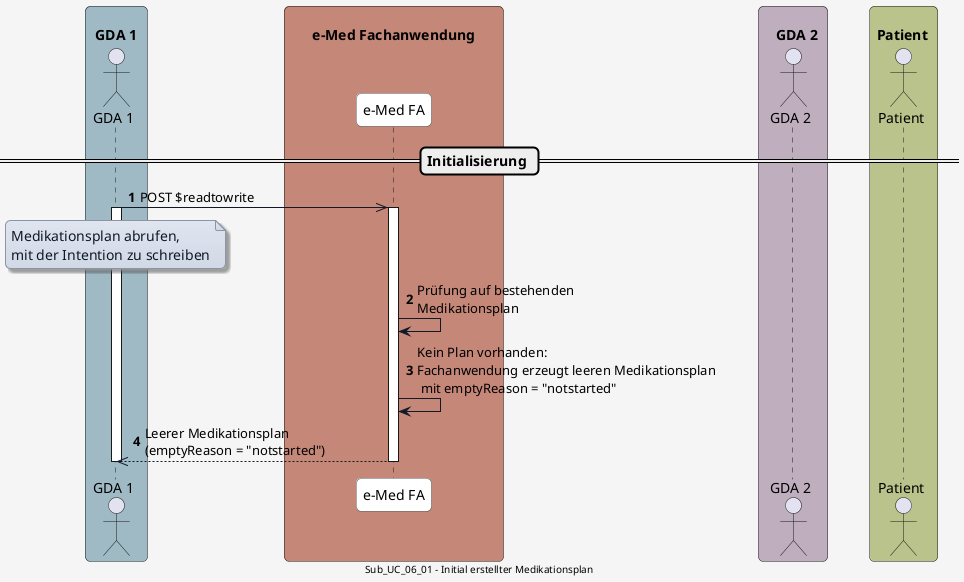
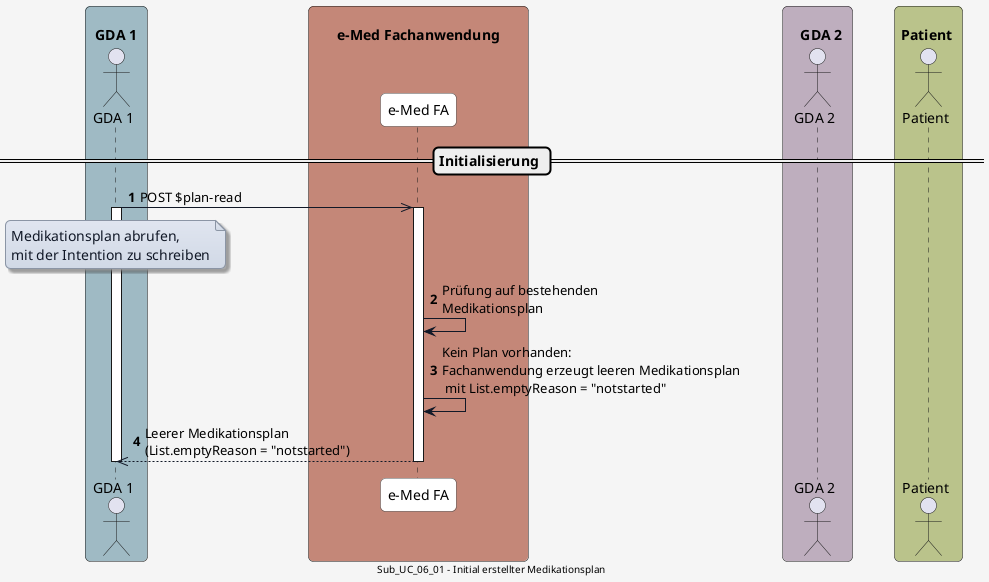
@startuml
skinparam borderColor #000000
skinparam backgroundColor #f5f5f5
skinparam shadowing false
skinparam roundCorner 10
skinparam defaultFontName "Arial"
skinparam defaultFontSize 14
skinparam defaultFontColor #000000

skinparam note {
  BackgroundColor #e0e5f0-#d1d9e6
  BorderColor #8b95a5
  BorderThickness 1
  RoundCorner 8
  Padding 6
  FontColor #111827
  Shadowing true
}

skinparam HyperlinkColor #0000EE
skinparam HyperlinkUnderline false

skinparam sequence {
  ParticipantBorderColor #555555
  ParticipantBackgroundColor #ffffff
  ParticipantFontColor #000000
  ParticipantFontSize 14
  ParticipantPadding 20
  ArrowColor #111827
  ArrowThickness 1
  ArrowFontColor #000000
  ArrowFontSize 13
  GroupBorderColor #111827
  GroupBackgroundColor #eef2ff
  GroupBorderThickness 2
}

skinparam BoxPadding 20
skinparam BoxBorderColor #555555

box "\n  GDA 1  " #9fbac4
  actor GDA_1 as "GDA 1"
end box

box "\n       e-Med Fachanwendung       " #C48778
  participant eMed_FA as "e-Med FA"
end box

box "\n    GDA 2  " #beaebe
  actor GDA_2 as "GDA 2"
end box

box "\n Patient  " #bac38b
  actor Patient as "Patient"
end box


autonumber

== Initialisierung ==

- GDA_1 ->> eMed_FA: POST $readtowrite
+ GDA_1 ->> eMed_FA: POST $plan-read
activate GDA_1

note over GDA_1
Medikationsplan abrufen,
mit der Intention zu schreiben
end note

activate eMed_FA
eMed_FA -> eMed_FA: Prüfung auf bestehenden\nMedikationsplan

- eMed_FA -> eMed_FA: Kein Plan vorhanden:\nFachanwendung erzeugt leeren Medikationsplan\n mit emptyReason = "notstarted"
- eMed_FA -->> GDA_1: Leerer Medikationsplan\n(emptyReason = "notstarted")
+ eMed_FA -> eMed_FA: Kein Plan vorhanden:\nFachanwendung erzeugt leeren Medikationsplan\n mit List.emptyReason = "notstarted"
+ eMed_FA -->> GDA_1: Leerer Medikationsplan\n(List.emptyReason = "notstarted")

deactivate eMed_FA
deactivate GDA_1

center footer Sub_UC_06_01 - Initial erstellter Medikationsplan

@enduml